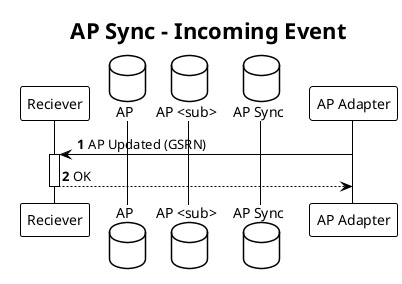
Before: docs/diagrams/accounting-point-sync-incoming-event.png, a diagram exported from PlantUML (elhub/flex-information-system).
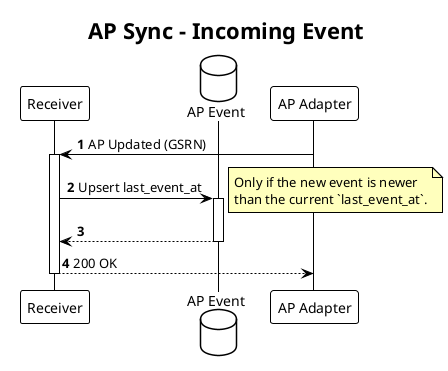
Above is the later version.

Change to the diagram source:
```diff
@@ -9,13 +9,20 @@
     BackgroundColor #FFFFBD
 }
 
-participant "Reciever" as REC
-database "AP" as AP
-database "AP <sub>" as APSUB
-database "AP Sync" as APS
+participant "Receiver" as REC
+database "AP Event" as APE
 participant "AP Adapter" as APA
 
 APA -> REC: AP Updated (GSRN)
-return OK
+
+REC -> APE: Upsert last_event_at
+note right
+    Only if the new event is newer
+    than the current `last_event_at`.
+end note
+return
+
+REC --> APA: 200 OK
+
 
 @enduml
```
